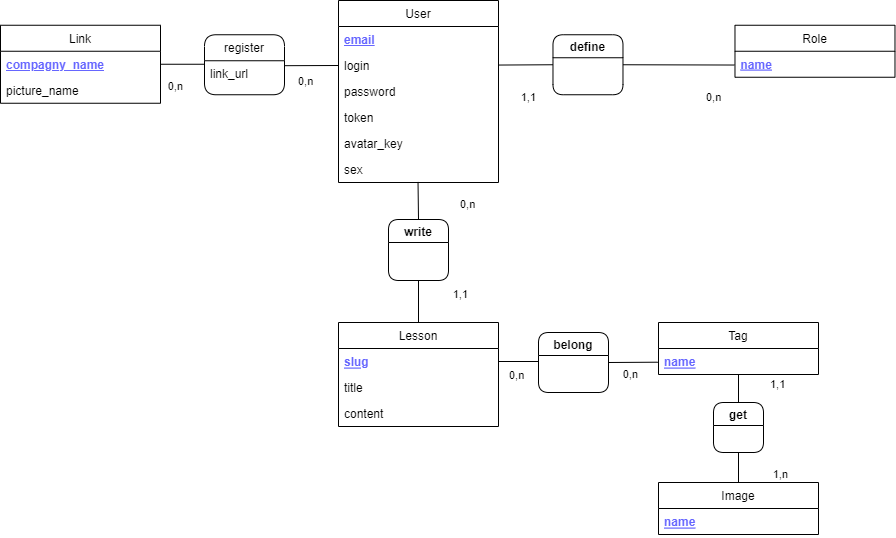
Earlier version of the draw.io export data/MCD.drawio.png (aviateur22/mylesson_v2_back). Source tidied: cells renumbered, new cells last; positions are measured from the earlier drawing's top-left corner, leaving out a move shared by most shapes.
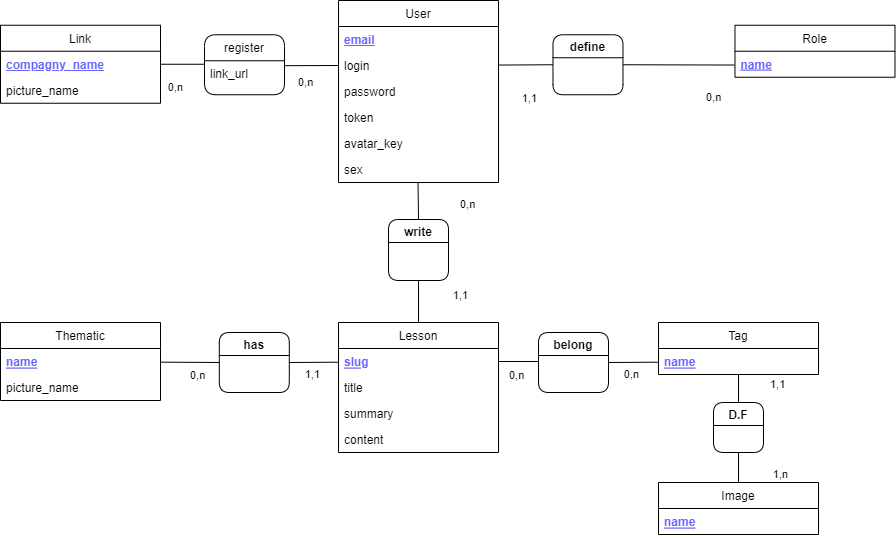
After the commit.

The edit, as a diff of the source:
```diff
@@ -30,7 +30,7 @@
       <mxGeometry y="26" width="160" height="26" as="geometry" />
     </mxCell>
     <mxCell id="11" value="Lesson" style="swimlane;fontStyle=0;horizontal=1;startSize=26;" parent="1" vertex="1">
-      <mxGeometry x="338" y="322" width="160" height="104" as="geometry" />
+      <mxGeometry x="338" y="322" width="160" height="130" as="geometry" />
     </mxCell>
     <mxCell id="12" value="slug" style="text;strokeColor=none;fillColor=none;align=left;verticalAlign=top;spacingLeft=4;spacingRight=4;overflow=hidden;fontStyle=5;fontColor=#6666FF;" parent="11" vertex="1">
       <mxGeometry y="26" width="160" height="26" as="geometry" />
@@ -38,8 +38,11 @@
     <mxCell id="13" value="title" style="text;strokeColor=none;fillColor=none;align=left;verticalAlign=top;spacingLeft=4;spacingRight=4;overflow=hidden;" parent="11" vertex="1">
       <mxGeometry y="52" width="160" height="26" as="geometry" />
     </mxCell>
+    <mxCell id="48" value="summary" style="text;strokeColor=none;fillColor=none;align=left;verticalAlign=top;spacingLeft=4;spacingRight=4;overflow=hidden;" parent="11" vertex="1">
+      <mxGeometry y="78" width="160" height="26" as="geometry" />
+    </mxCell>
     <mxCell id="14" value="content" style="text;strokeColor=none;fillColor=none;align=left;verticalAlign=top;spacingLeft=4;spacingRight=4;overflow=hidden;" parent="11" vertex="1">
-      <mxGeometry y="78" width="160" height="26" as="geometry" />
+      <mxGeometry y="104" width="160" height="26" as="geometry" />
     </mxCell>
     <mxCell id="15" value="Tag" style="swimlane;fontStyle=0;horizontal=1;startSize=26;" parent="1" vertex="1">
       <mxGeometry x="658" y="322" width="160" height="52" as="geometry" />
@@ -123,7 +126,7 @@
     <mxCell id="35" value="belong" style="swimlane;rounded=1;" parent="1" vertex="1">
       <mxGeometry x="538" y="332" width="70" height="60" as="geometry" />
     </mxCell>
-    <mxCell id="36" value="get" style="swimlane;rounded=1;" parent="1" vertex="1">
+    <mxCell id="36" value="D.F" style="swimlane;rounded=1;startSize=23;" parent="1" vertex="1">
       <mxGeometry x="713" y="402" width="50" height="50" as="geometry" />
     </mxCell>
     <mxCell id="37" value="write" style="swimlane;rounded=1;" parent="1" vertex="1">
@@ -165,5 +168,37 @@
         <mxPoint x="-2" y="-5" as="offset" />
       </mxGeometry>
     </mxCell>
+    <mxCell id="49" value="Thematic" style="swimlane;fontStyle=0;horizontal=1;startSize=26;" parent="1" vertex="1">
+      <mxGeometry y="322" width="160" height="78" as="geometry" />
+    </mxCell>
+    <mxCell id="50" value="name" style="text;strokeColor=none;fillColor=none;align=left;verticalAlign=top;spacingLeft=4;spacingRight=4;overflow=hidden;points=[[0,0.5],[1,0.5]];portConstraint=eastwest;fontStyle=5;fontColor=#6666FF;" parent="49" vertex="1">
+      <mxGeometry y="26" width="160" height="26" as="geometry" />
+    </mxCell>
+    <mxCell id="51" value="picture_name" style="text;strokeColor=none;fillColor=none;align=left;verticalAlign=top;spacingLeft=4;spacingRight=4;overflow=hidden;" parent="49" vertex="1">
+      <mxGeometry y="52" width="160" height="26" as="geometry" />
+    </mxCell>
+    <mxCell id="52" style="endArrow=none;html=1;endFill=0;entryX=1;entryY=0.5;entryDx=0;entryDy=0;exitX=-0.005;exitY=0.527;exitDx=0;exitDy=0;exitPerimeter=0;" parent="1" edge="1" target="56">
+      <mxGeometry relative="1" as="geometry">
+        <mxPoint x="338" y="361.7" as="sourcePoint" />
+      </mxGeometry>
+    </mxCell>
+    <mxCell id="53" value="0,n" style="edgeLabel;html=1;align=left;verticalAlign=bottom;" parent="52" vertex="1">
+      <mxGeometry x="-1" relative="1" as="geometry">
+        <mxPoint x="-150" y="21" as="offset" />
+      </mxGeometry>
+    </mxCell>
+    <mxCell id="54" value="1,1" style="edgeLabel;html=1;align=right;verticalAlign=bottom;" parent="52" vertex="1">
+      <mxGeometry x="1" relative="1" as="geometry">
+        <mxPoint x="30" y="20" as="offset" />
+      </mxGeometry>
+    </mxCell>
+    <mxCell id="55" style="endArrow=none;html=1;exitX=1;exitY=0.525;exitDx=0;exitDy=0;endFill=0;exitPerimeter=0;" parent="1" edge="1" source="50">
+      <mxGeometry relative="1" as="geometry">
+        <mxPoint x="218.8" y="362" as="targetPoint" />
+      </mxGeometry>
+    </mxCell>
+    <mxCell id="56" value="has" style="swimlane;rounded=1;" parent="1" vertex="1">
+      <mxGeometry x="218.8" y="332" width="70" height="60" as="geometry" />
+    </mxCell>
   </root>
 </mxGraphModel>
```
